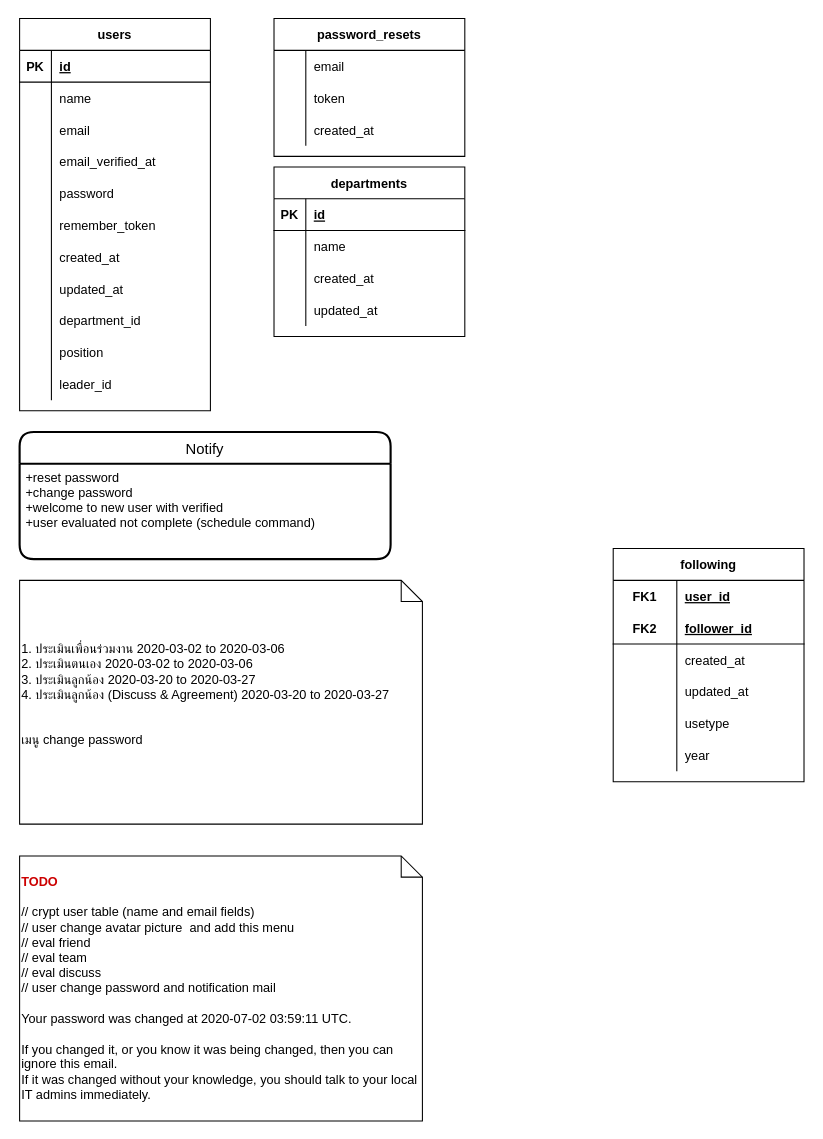
This is page "User" (1 of 3) of Eva.drawio from gumpon/evatest, a draw.io file, before an edit. Source tidied: cells renumbered, new cells numbered last; positions are measured from the earlier drawing's top-left corner, leaving out a move shared by most shapes. Both pictures are drawn from the tidied source at 106%, with x=0, y=0 at pixel (19, 18).
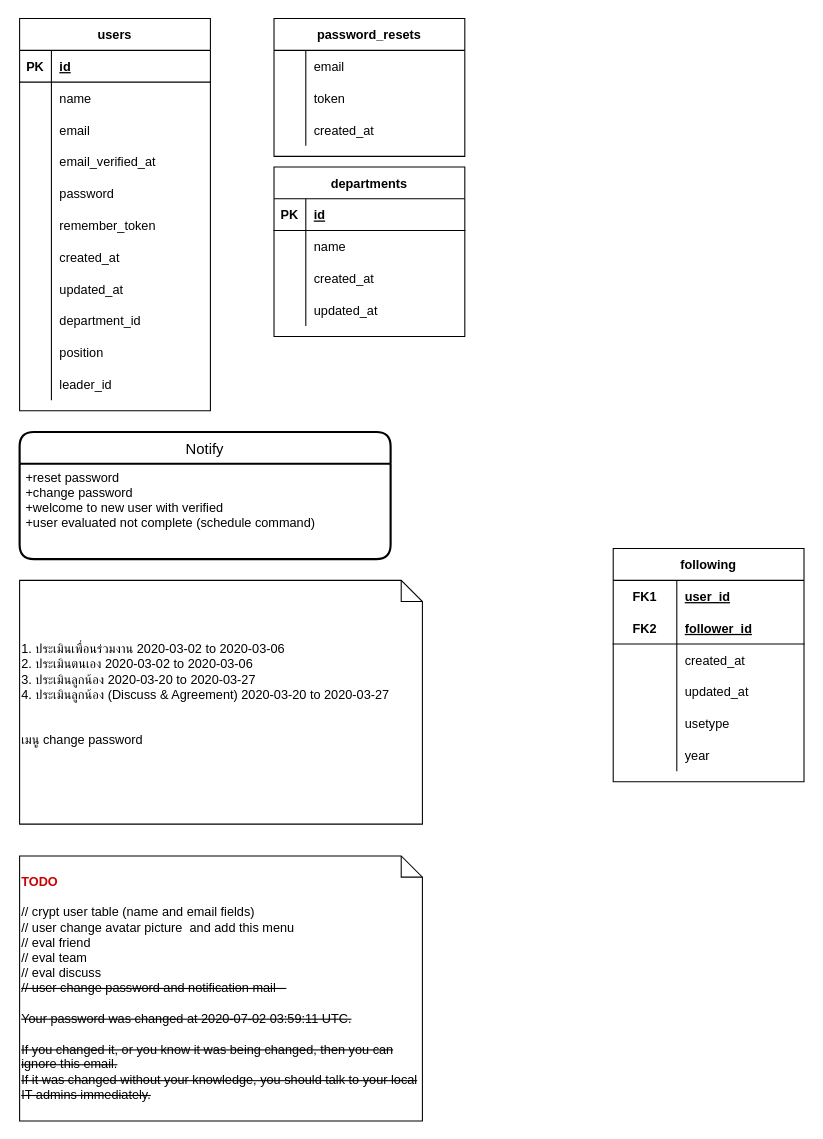
The same page after the edit.

Diff of the diagram source:
```diff
@@
-    <mxCell id="81" value="&lt;b&gt;&lt;font color=&quot;#cc0000&quot;&gt;TODO&lt;/font&gt;&lt;/b&gt;&lt;br&gt;&lt;br&gt;// crypt user table (name and email fields)&lt;br&gt;// user change avatar picture&amp;nbsp; and add this menu&amp;nbsp;&lt;br&gt;// eval friend&lt;br&gt;// eval team&lt;br&gt;// eval discuss&lt;br&gt;// user change password and notification mail&amp;nbsp; &amp;nbsp;&lt;br&gt;&lt;br&gt;&lt;div&gt;Your password was changed at 2020-07-02 03:59:11 UTC.&lt;/div&gt;&lt;div&gt;&lt;br&gt;&lt;/div&gt;&lt;div&gt;If you changed it, or you know it was being changed, then you can ignore this email.&lt;/div&gt;&lt;div&gt;If it was changed without your knowledge, you should talk to your local IT admins immediately.&lt;/div&gt;" style="shape=note;size=20;whiteSpace=wrap;html=1;align=left;" parent="1" vertex="1">
+    <mxCell id="81" value="&lt;b&gt;&lt;font color=&quot;#cc0000&quot;&gt;TODO&lt;/font&gt;&lt;/b&gt;&lt;br&gt;&lt;br&gt;// crypt user table (name and email fields)&lt;br&gt;// user change avatar picture&amp;nbsp; and add this menu&amp;nbsp;&lt;br&gt;// eval friend&lt;br&gt;// eval team&lt;br&gt;// eval discuss&lt;br&gt;&lt;strike&gt;// user change password and notification mail&amp;nbsp; &amp;nbsp;&lt;/strike&gt;&lt;br&gt;&lt;br&gt;&lt;div&gt;&lt;strike&gt;Your password was changed at 2020-07-02 03:59:11 UTC.&lt;/strike&gt;&lt;/div&gt;&lt;div&gt;&lt;strike&gt;&lt;br&gt;&lt;/strike&gt;&lt;/div&gt;&lt;div&gt;&lt;strike&gt;If you changed it, or you know it was being changed, then you can ignore this email.&lt;/strike&gt;&lt;/div&gt;&lt;div&gt;&lt;strike&gt;If it was changed without your knowledge, you should talk to your local IT admins immediately.&lt;/strike&gt;&lt;/div&gt;" style="shape=note;size=20;whiteSpace=wrap;html=1;align=left;" parent="1" vertex="1">
       <mxGeometry y="790" width="380" height="250" as="geometry" />
     </mxCell>
```
